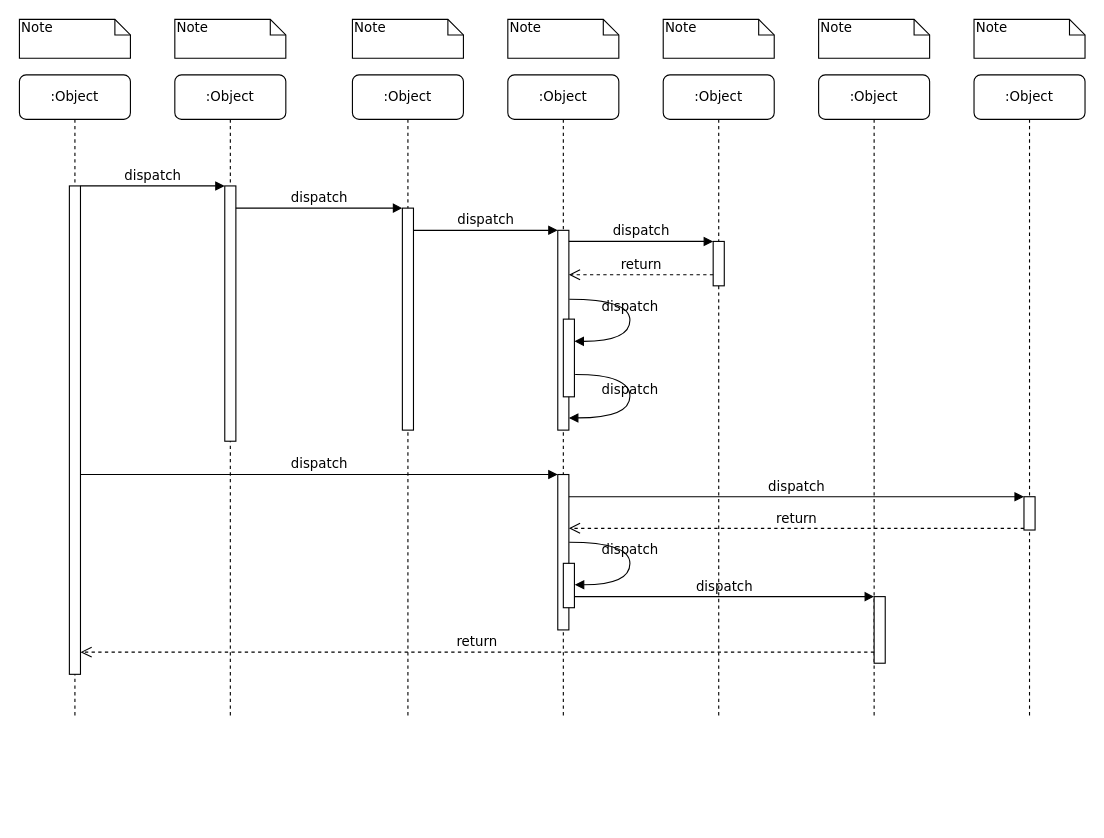
Above: 未命名绘图.drawio in Conan-tt/learn (draw.io), before the change. Source tidied: cells renumbered, new cells numbered last; positions are measured from the earlier drawing's top-left corner, leaving out a move shared by most shapes. Both pictures are drawn from the tidied source at 111%, with x=0, y=0 at pixel (19, 19).
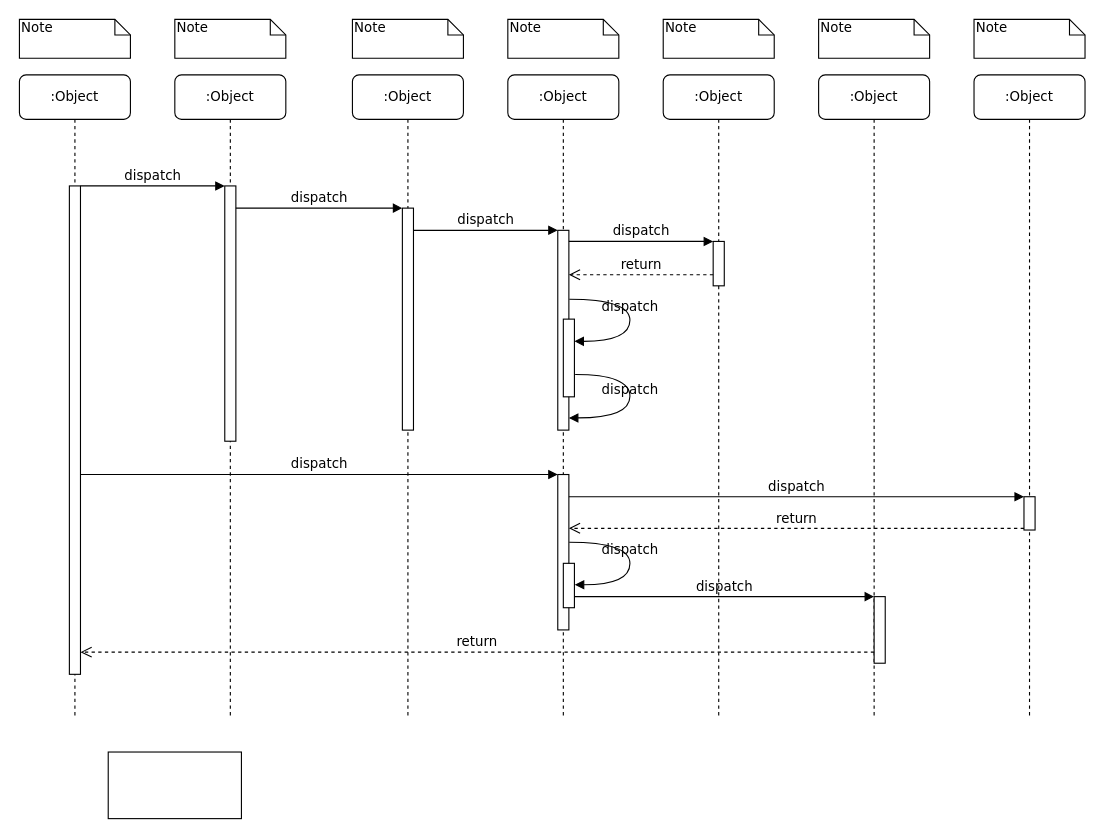
The same page after the edit.

Commit message:
更新未命名绘图.drawio

Diff of the diagram source:
```diff
@@
+    <mxCell id="39" style="rounded=0;whiteSpace=wrap;html=1;" parent="1" vertex="1">
+      <mxGeometry x="80" y="660" width="120" height="60" as="geometry" />
+    </mxCell>
```
